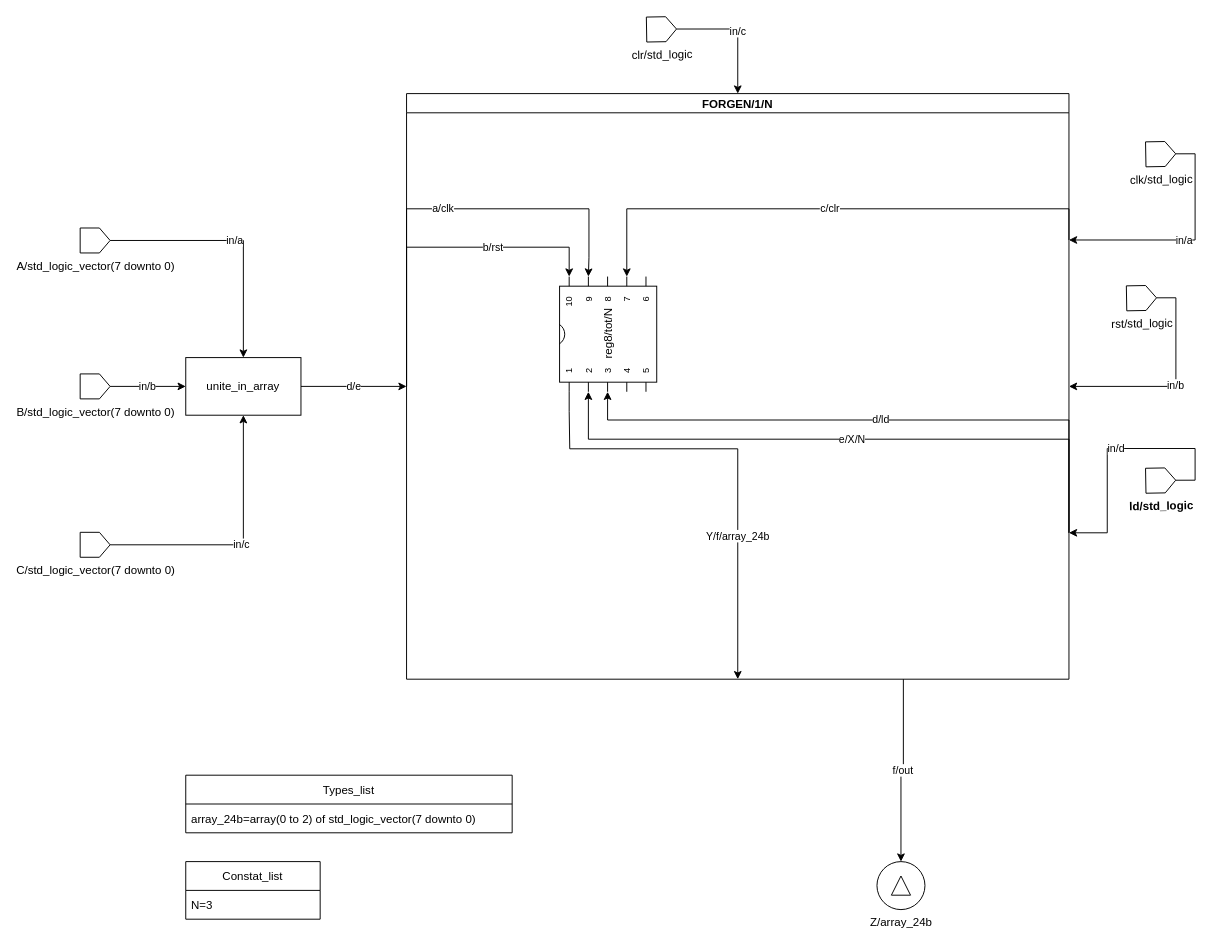
Chewilog/RTL_GEN keeps this draw.io diagram as page "Page-14" (14 of 14) of Untitled Diagram.drawio. Above is the earlier version. Source tidied: cells renumbered, new cells numbered last; positions are measured from the earlier drawing's top-left corner, leaving out a move shared by most shapes. Both pictures are drawn from the tidied source at 96%, with x=0, y=0 at pixel (80, 16).
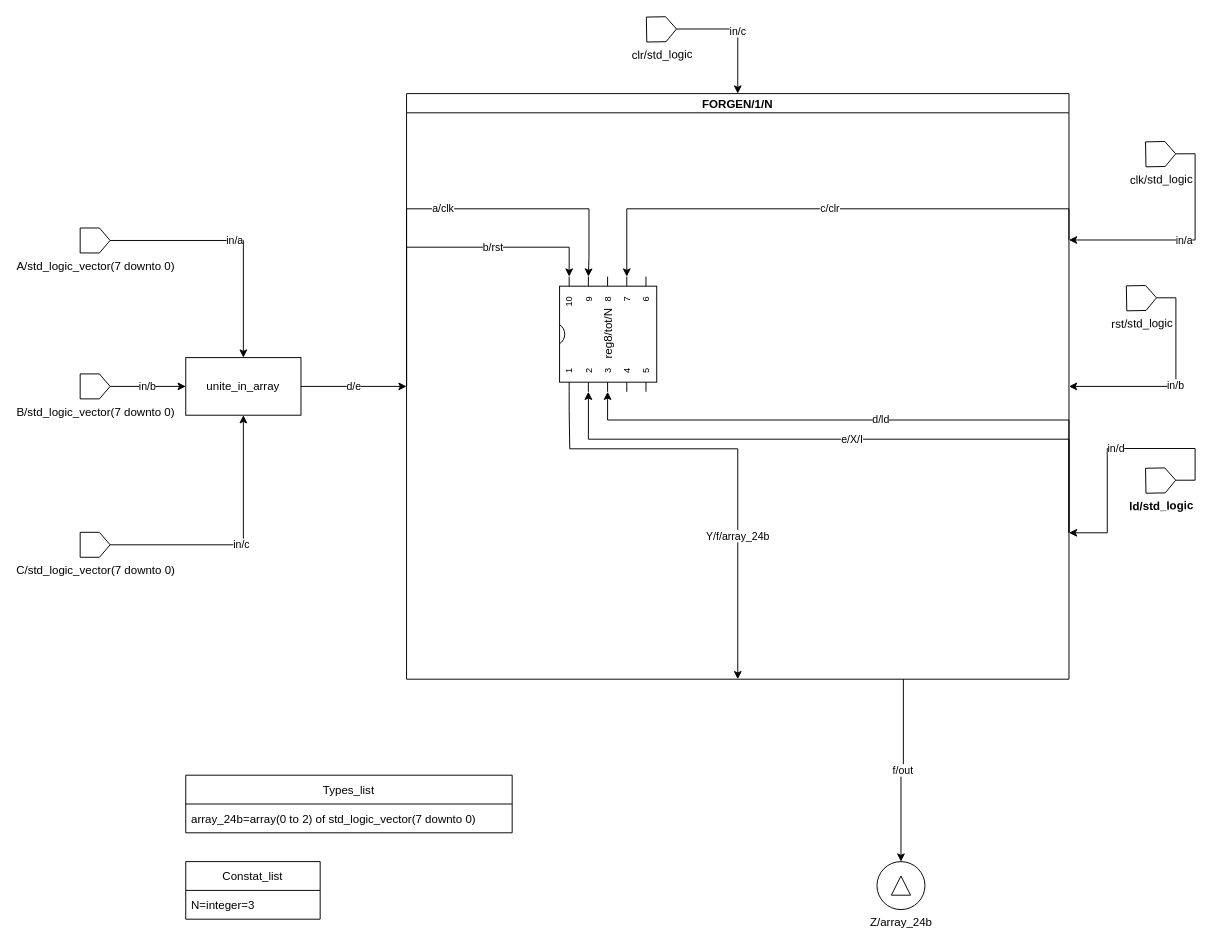
The same diagram, later.

The change refers to these unchanged cells:
```xml
<mxCell id="3" value="FORGEN/1/N" style="swimlane;startSize=20;horizontal=1;containerType=tree;enumerate=0;" parent="1" vertex="1">
  <mxGeometry x="340" y="80" width="690" height="610" as="geometry" />
</mxCell>
<mxCell id="5" value="reg8/tot/N" style="shadow=0;dashed=0;align=center;html=1;strokeWidth=1;shape=mxgraph.electrical.logic_gates.dual_inline_ic;labelNames=a,b,c,d,e,f,g,h,i,j,k,l,m,n,o,p,q,r,s,t;rotation=-90;pinLabelType=gen;" parent="3" vertex="1">
  <mxGeometry x="150" y="200" width="120" height="101.2" as="geometry" />
</mxCell>
<mxCell id="30" value="Constat_list" style="swimlane;fontStyle=0;horizontal=1;startSize=30;" parent="1" vertex="1">
  <mxGeometry x="110" y="880" width="140" height="60" as="geometry" />
</mxCell>
```

Change to the diagram source:
```diff
@@
-    <mxCell id="9" value="e/X/N" style="edgeStyle=orthogonalEdgeStyle;rounded=0;jettySize=auto;html=1;exitX=1;exitY=0.75;exitDx=0;exitDy=0;entryX=0;entryY=0;entryDx=0;entryDy=30;entryPerimeter=0;" parent="3" edge="1" source="3" target="5">
+    <mxCell id="9" value="e/X/I" style="edgeStyle=orthogonalEdgeStyle;rounded=0;jettySize=auto;html=1;exitX=1;exitY=0.75;exitDx=0;exitDy=0;entryX=0;entryY=0;entryDx=0;entryDy=30;entryPerimeter=0;" parent="3" edge="1" source="3" target="5">
       <mxGeometry relative="1" as="geometry">
         <Array as="points">
           <mxPoint x="189" y="360" />
         </Array>
       </mxGeometry>
     </mxCell>
@@
-    <mxCell id="31" value="N=3" style="text;strokeColor=none;fillColor=none;align=left;verticalAlign=middle;spacingLeft=4;spacingRight=4;overflow=hidden;" parent="30" vertex="1">
+    <mxCell id="31" value="N=integer=3" style="text;strokeColor=none;fillColor=none;align=left;verticalAlign=middle;spacingLeft=4;spacingRight=4;overflow=hidden;" parent="30" vertex="1">
       <mxGeometry y="30" width="140" height="30" as="geometry" />
     </mxCell>
```
